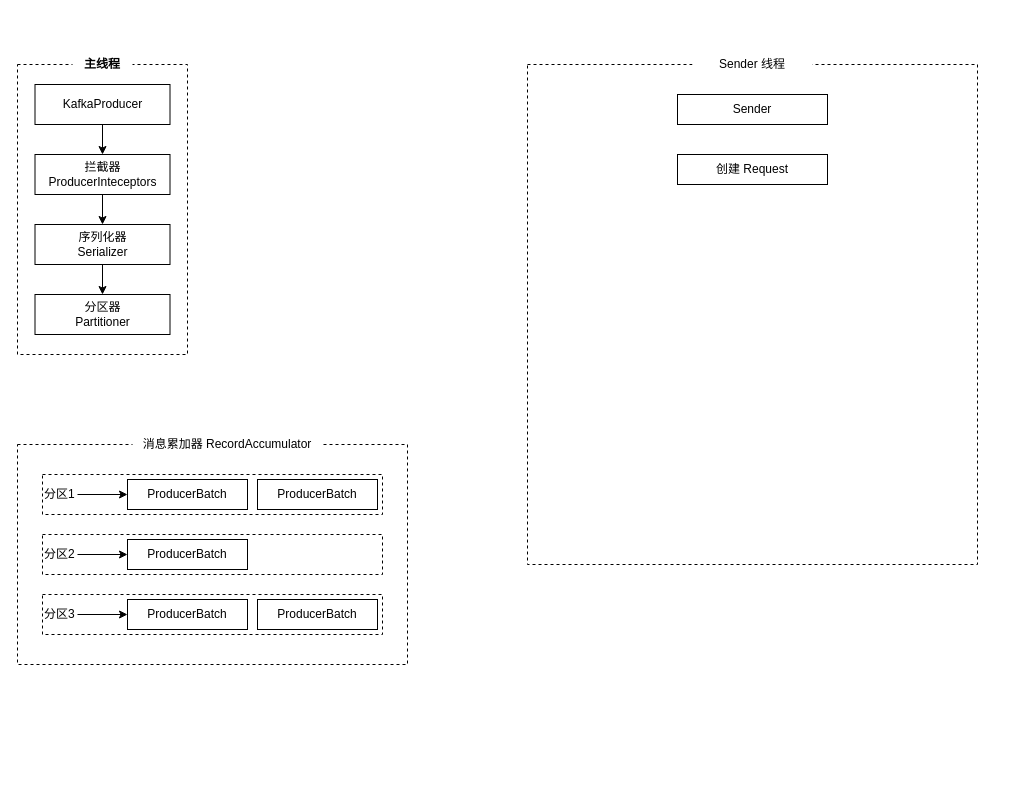
Above: kafka_producer.drawio in zhangyuanyin/bigdata_chars (draw.io), before the change. Source tidied: cells renumbered, new cells numbered last; positions are measured from the earlier drawing's top-left corner, leaving out a move shared by most shapes. Both pictures are drawn from the tidied source at 100%, with x=0, y=0 at pixel (17, 44).
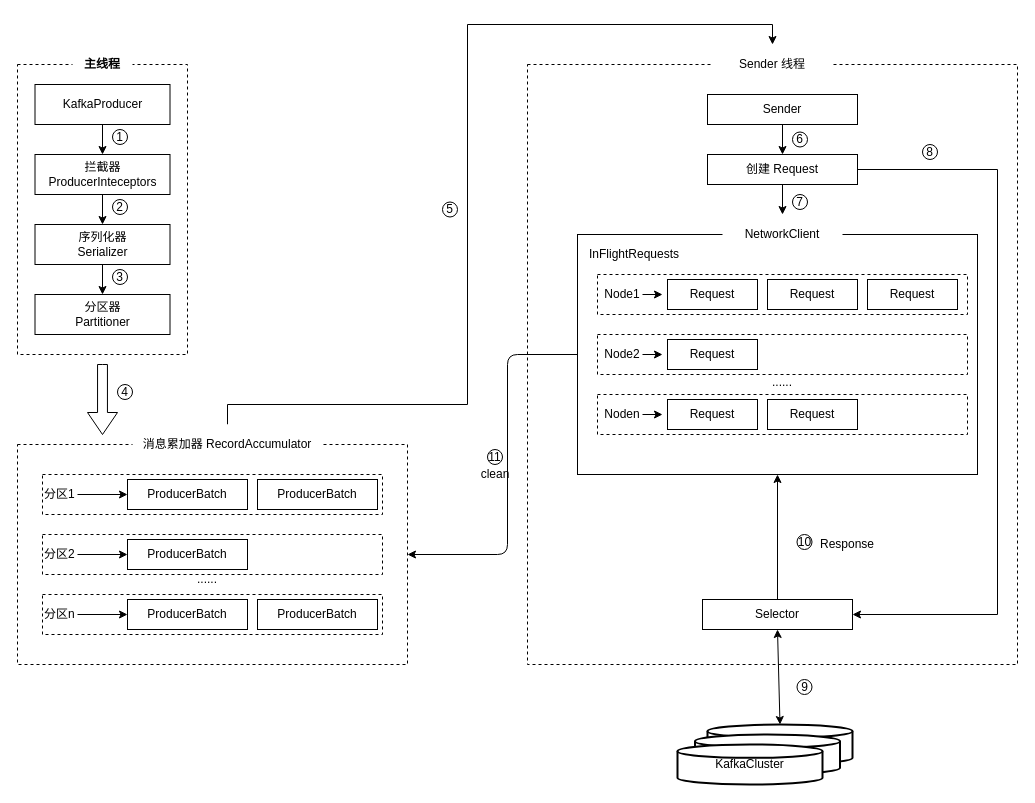
The same page after the edit.

Unchanged cells that the change refers to:
```xml
<mxCell id="11" style="rounded=0;whiteSpace=wrap;html=1;dashed=1;" parent="1" vertex="1">
  <mxGeometry y="400" width="390" height="220" as="geometry" />
</mxCell>
<mxCell id="12" value="消息累加器 RecordAccumulator" style="rounded=0;whiteSpace=wrap;html=1;dashed=1;strokeColor=none;" parent="1" vertex="1">
  <mxGeometry x="115" y="380" width="190" height="40" as="geometry" />
</mxCell>
```

What changed in the source:
```diff
@@
+    <mxCell id="28" style="edgeStyle=orthogonalEdgeStyle;rounded=0;jettySize=auto;html=1;entryX=0.5;entryY=0;entryDx=0;entryDy=0;" parent="1" edge="1" source="12" target="25">
+      <mxGeometry relative="1" as="geometry">
+        <Array as="points">
+          <mxPoint x="210" y="360" />
+          <mxPoint x="450" y="360" />
+          <mxPoint x="450" y="-20" />
+          <mxPoint x="755" y="-20" />
+        </Array>
+      </mxGeometry>
+    </mxCell>
@@
-    <mxCell id="20" value="分区3&amp;nbsp;" style="rounded=0;whiteSpace=wrap;html=1;dashed=1;align=left;" parent="1" vertex="1">
+    <mxCell id="20" value="分区n&amp;nbsp;" style="rounded=0;whiteSpace=wrap;html=1;dashed=1;align=left;" parent="1" vertex="1">
       <mxGeometry x="25" y="550" width="340" height="40" as="geometry" />
     </mxCell>
@@
     <mxCell id="24" style="rounded=0;whiteSpace=wrap;html=1;dashed=1;" parent="1" vertex="1">
-      <mxGeometry x="510" y="20" width="450" height="500" as="geometry" />
+      <mxGeometry x="510" y="20" width="490" height="600" as="geometry" />
     </mxCell>
     <mxCell id="25" value="Sender 线程" style="rounded=0;whiteSpace=wrap;html=1;dashed=1;strokeColor=none;" parent="1" vertex="1">
-      <mxGeometry x="675" width="120" height="40" as="geometry" />
+      <mxGeometry x="695" width="120" height="40" as="geometry" />
     </mxCell>
+    <mxCell id="29" style="edgeStyle=orthogonalEdgeStyle;rounded=0;jettySize=auto;html=1;entryX=0.5;entryY=0;entryDx=0;entryDy=0;" parent="1" edge="1" source="26" target="27">
+      <mxGeometry relative="1" as="geometry" />
+    </mxCell>
     <mxCell id="26" value="Sender" style="rounded=0;whiteSpace=wrap;html=1;" parent="1" vertex="1">
-      <mxGeometry x="660" y="50" width="150" height="30" as="geometry" />
+      <mxGeometry x="690" y="50" width="150" height="30" as="geometry" />
     </mxCell>
+    <mxCell id="30" style="edgeStyle=orthogonalEdgeStyle;rounded=0;jettySize=auto;html=1;entryX=0.5;entryY=0;entryDx=0;entryDy=0;" parent="1" edge="1" source="27" target="33">
+      <mxGeometry relative="1" as="geometry" />
+    </mxCell>
+    <mxCell id="31" style="edgeStyle=orthogonalEdgeStyle;rounded=0;jettySize=auto;html=1;entryX=1;entryY=0.5;entryDx=0;entryDy=0;" parent="1" edge="1" source="27" target="56">
+      <mxGeometry relative="1" as="geometry">
+        <Array as="points">
+          <mxPoint x="980" y="125" />
+          <mxPoint x="980" y="570" />
+        </Array>
+      </mxGeometry>
+    </mxCell>
     <mxCell id="27" value="创建 Request" style="rounded=0;whiteSpace=wrap;html=1;" parent="1" vertex="1">
-      <mxGeometry x="660" y="110" width="150" height="30" as="geometry" />
+      <mxGeometry x="690" y="110" width="150" height="30" as="geometry" />
     </mxCell>
+    <mxCell id="32" style="rounded=0;whiteSpace=wrap;html=1;" parent="1" vertex="1">
+      <mxGeometry x="560" y="190" width="400" height="240" as="geometry" />
+    </mxCell>
+    <mxCell id="33" value="NetworkClient" style="rounded=0;whiteSpace=wrap;html=1;strokeColor=none;" parent="1" vertex="1">
+      <mxGeometry x="705" y="170" width="120" height="40" as="geometry" />
+    </mxCell>
+    <mxCell id="34" value="InFlightRequests" style="text;html=1;strokeColor=none;fillColor=none;align=left;verticalAlign=middle;whiteSpace=wrap;rounded=0;" parent="1" vertex="1">
+      <mxGeometry x="570" y="200" width="130" height="20" as="geometry" />
+    </mxCell>
+    <mxCell id="35" style="rounded=0;whiteSpace=wrap;html=1;dashed=1;" parent="1" vertex="1">
+      <mxGeometry x="580" y="230" width="370" height="40" as="geometry" />
+    </mxCell>
+    <mxCell id="36" value="Node1" style="text;html=1;strokeColor=none;fillColor=none;align=center;verticalAlign=middle;whiteSpace=wrap;rounded=0;" parent="1" vertex="1">
+      <mxGeometry x="590" y="240" width="30" height="20" as="geometry" />
+    </mxCell>
+    <mxCell id="37" value="Request" style="rounded=0;whiteSpace=wrap;html=1;" parent="1" vertex="1">
+      <mxGeometry x="650" y="235" width="90" height="30" as="geometry" />
+    </mxCell>
+    <mxCell id="38" value="Request" style="rounded=0;whiteSpace=wrap;html=1;" parent="1" vertex="1">
+      <mxGeometry x="750" y="235" width="90" height="30" as="geometry" />
+    </mxCell>
+    <mxCell id="39" value="Request" style="rounded=0;whiteSpace=wrap;html=1;" parent="1" vertex="1">
+      <mxGeometry x="850" y="235" width="90" height="30" as="geometry" />
+    </mxCell>
+    <mxCell id="40" style="edgeStyle=orthogonalEdgeStyle;rounded=0;orthogonalLoop=1;jettySize=auto;html=1;exitX=0.5;exitY=1;exitDx=0;exitDy=0;" parent="1" edge="1" source="36" target="36">
+      <mxGeometry relative="1" as="geometry" />
+    </mxCell>
+    <mxCell id="41" style="endArrow=classic;html=1;" parent="1" edge="1">
+      <mxGeometry relative="1" as="geometry">
+        <mxPoint x="625" y="250" as="sourcePoint" />
+        <mxPoint x="645" y="250" as="targetPoint" />
+      </mxGeometry>
+    </mxCell>
+    <mxCell id="42" style="rounded=0;whiteSpace=wrap;html=1;dashed=1;" parent="1" vertex="1">
+      <mxGeometry x="580" y="290" width="370" height="40" as="geometry" />
+    </mxCell>
+    <mxCell id="43" value="Node2" style="text;html=1;strokeColor=none;fillColor=none;align=center;verticalAlign=middle;whiteSpace=wrap;rounded=0;" parent="1" vertex="1">
+      <mxGeometry x="590" y="300" width="30" height="20" as="geometry" />
+    </mxCell>
+    <mxCell id="44" value="Request" style="rounded=0;whiteSpace=wrap;html=1;" parent="1" vertex="1">
+      <mxGeometry x="650" y="295" width="90" height="30" as="geometry" />
+    </mxCell>
+    <mxCell id="45" style="edgeStyle=orthogonalEdgeStyle;rounded=0;orthogonalLoop=1;jettySize=auto;html=1;exitX=0.5;exitY=1;exitDx=0;exitDy=0;" parent="1" edge="1" source="43" target="43">
+      <mxGeometry relative="1" as="geometry" />
+    </mxCell>
+    <mxCell id="46" style="endArrow=classic;html=1;" parent="1" edge="1">
+      <mxGeometry relative="1" as="geometry">
+        <mxPoint x="625" y="310" as="sourcePoint" />
+        <mxPoint x="645" y="310" as="targetPoint" />
+      </mxGeometry>
+    </mxCell>
+    <mxCell id="47" style="rounded=0;whiteSpace=wrap;html=1;dashed=1;" parent="1" vertex="1">
+      <mxGeometry x="580" y="350" width="370" height="40" as="geometry" />
+    </mxCell>
+    <mxCell id="48" value="Noden" style="text;html=1;strokeColor=none;fillColor=none;align=center;verticalAlign=middle;whiteSpace=wrap;rounded=0;" parent="1" vertex="1">
+      <mxGeometry x="590" y="360" width="30" height="20" as="geometry" />
+    </mxCell>
+    <mxCell id="49" value="Request" style="rounded=0;whiteSpace=wrap;html=1;" parent="1" vertex="1">
+      <mxGeometry x="650" y="355" width="90" height="30" as="geometry" />
+    </mxCell>
+    <mxCell id="50" value="Request" style="rounded=0;whiteSpace=wrap;html=1;" parent="1" vertex="1">
+      <mxGeometry x="750" y="355" width="90" height="30" as="geometry" />
+    </mxCell>
+    <mxCell id="51" style="edgeStyle=orthogonalEdgeStyle;rounded=0;orthogonalLoop=1;jettySize=auto;html=1;exitX=0.5;exitY=1;exitDx=0;exitDy=0;" parent="1" edge="1" source="48" target="48">
+      <mxGeometry relative="1" as="geometry" />
+    </mxCell>
+    <mxCell id="52" style="endArrow=classic;html=1;" parent="1" edge="1">
+      <mxGeometry relative="1" as="geometry">
+        <mxPoint x="625" y="370" as="sourcePoint" />
+        <mxPoint x="645" y="370" as="targetPoint" />
+      </mxGeometry>
+    </mxCell>
+    <mxCell id="53" value="......" style="text;html=1;strokeColor=none;fillColor=none;align=center;verticalAlign=middle;whiteSpace=wrap;rounded=0;" parent="1" vertex="1">
+      <mxGeometry x="745" y="335" width="40" height="5" as="geometry" />
+    </mxCell>
+    <mxCell id="54" value="......" style="text;html=1;strokeColor=none;fillColor=none;align=center;verticalAlign=middle;whiteSpace=wrap;rounded=0;" parent="1" vertex="1">
+      <mxGeometry x="170" y="530" width="40" height="10" as="geometry" />
+    </mxCell>
+    <mxCell id="55" style="edgeStyle=orthogonalEdgeStyle;rounded=0;jettySize=auto;html=1;entryX=0.5;entryY=1;entryDx=0;entryDy=0;" parent="1" edge="1" source="56" target="32">
+      <mxGeometry relative="1" as="geometry" />
+    </mxCell>
+    <mxCell id="56" value="Selector" style="rounded=0;whiteSpace=wrap;html=1;" parent="1" vertex="1">
+      <mxGeometry x="685" y="555" width="150" height="30" as="geometry" />
+    </mxCell>
+    <mxCell id="57" style="strokeWidth=2;html=1;shape=mxgraph.flowchart.database;whiteSpace=wrap;" parent="1" vertex="1">
+      <mxGeometry x="690" y="680" width="145" height="40" as="geometry" />
+    </mxCell>
+    <mxCell id="58" style="strokeWidth=2;html=1;shape=mxgraph.flowchart.database;whiteSpace=wrap;" parent="1" vertex="1">
+      <mxGeometry x="677.5" y="690" width="145" height="40" as="geometry" />
+    </mxCell>
+    <mxCell id="59" value="KafkaCluster" style="strokeWidth=2;html=1;shape=mxgraph.flowchart.database;whiteSpace=wrap;" parent="1" vertex="1">
+      <mxGeometry x="660" y="700" width="145" height="40" as="geometry" />
+    </mxCell>
+    <mxCell id="60" style="html=1;shadow=0;dashed=0;align=center;verticalAlign=middle;shape=mxgraph.arrows2.arrow;dy=0.67;dx=22;direction=south;notch=0;" parent="1" vertex="1">
+      <mxGeometry x="70" y="320" width="30" height="70" as="geometry" />
+    </mxCell>
+    <mxCell id="61" style="endArrow=classic;startArrow=classic;html=1;entryX=0.5;entryY=1;entryDx=0;entryDy=0;exitX=0.5;exitY=0;exitDx=0;exitDy=0;exitPerimeter=0;" parent="1" edge="1" source="57" target="56">
+      <mxGeometry relative="1" as="geometry" />
+    </mxCell>
+    <mxCell id="62" style="endArrow=classic;html=1;exitX=0;exitY=0.5;exitDx=0;exitDy=0;entryX=1;entryY=0.5;entryDx=0;entryDy=0;" parent="1" edge="1" source="32" target="11">
+      <mxGeometry relative="1" as="geometry">
+        <Array as="points">
+          <mxPoint x="490" y="310" />
+          <mxPoint x="490" y="510" />
+        </Array>
+      </mxGeometry>
+    </mxCell>
+    <mxCell id="63" value="7" style="ellipse;whiteSpace=wrap;html=1;" parent="1" vertex="1">
+      <mxGeometry x="775" y="150" width="15" height="15" as="geometry" />
+    </mxCell>
+    <mxCell id="64" value="10" style="ellipse;whiteSpace=wrap;html=1;" parent="1" vertex="1">
+      <mxGeometry x="779.5" y="490" width="15" height="15" as="geometry" />
+    </mxCell>
+    <mxCell id="65" value="9" style="ellipse;whiteSpace=wrap;html=1;" parent="1" vertex="1">
+      <mxGeometry x="779.5" y="635" width="15" height="15" as="geometry" />
+    </mxCell>
+    <mxCell id="66" value="Response" style="text;html=1;strokeColor=none;fillColor=none;align=center;verticalAlign=middle;whiteSpace=wrap;rounded=0;" parent="1" vertex="1">
+      <mxGeometry x="810" y="490" width="40" height="20" as="geometry" />
+    </mxCell>
+    <mxCell id="67" value="11" style="ellipse;whiteSpace=wrap;html=1;" parent="1" vertex="1">
+      <mxGeometry x="470" y="405" width="15" height="15" as="geometry" />
+    </mxCell>
+    <mxCell id="68" value="clean" style="text;html=1;strokeColor=none;fillColor=none;align=center;verticalAlign=middle;whiteSpace=wrap;rounded=0;" parent="1" vertex="1">
+      <mxGeometry x="457.5" y="420" width="40" height="20" as="geometry" />
+    </mxCell>
+    <mxCell id="69" value="8" style="ellipse;whiteSpace=wrap;html=1;" parent="1" vertex="1">
+      <mxGeometry x="905" y="100" width="15" height="15" as="geometry" />
+    </mxCell>
+    <mxCell id="70" value="6" style="ellipse;whiteSpace=wrap;html=1;" parent="1" vertex="1">
+      <mxGeometry x="775" y="87.5" width="15" height="15" as="geometry" />
+    </mxCell>
+    <mxCell id="71" value="5" style="ellipse;whiteSpace=wrap;html=1;" parent="1" vertex="1">
+      <mxGeometry x="425" y="157.5" width="15" height="15" as="geometry" />
+    </mxCell>
+    <mxCell id="72" value="4" style="ellipse;whiteSpace=wrap;html=1;" parent="1" vertex="1">
+      <mxGeometry x="100" y="340" width="15" height="15" as="geometry" />
+    </mxCell>
+    <mxCell id="73" value="3" style="ellipse;whiteSpace=wrap;html=1;" parent="1" vertex="1">
+      <mxGeometry x="95" y="225" width="15" height="15" as="geometry" />
+    </mxCell>
+    <mxCell id="74" value="2" style="ellipse;whiteSpace=wrap;html=1;" parent="1" vertex="1">
+      <mxGeometry x="95" y="155" width="15" height="15" as="geometry" />
+    </mxCell>
+    <mxCell id="75" value="1" style="ellipse;whiteSpace=wrap;html=1;" parent="1" vertex="1">
+      <mxGeometry x="95" y="85" width="15" height="15" as="geometry" />
+    </mxCell>
```
